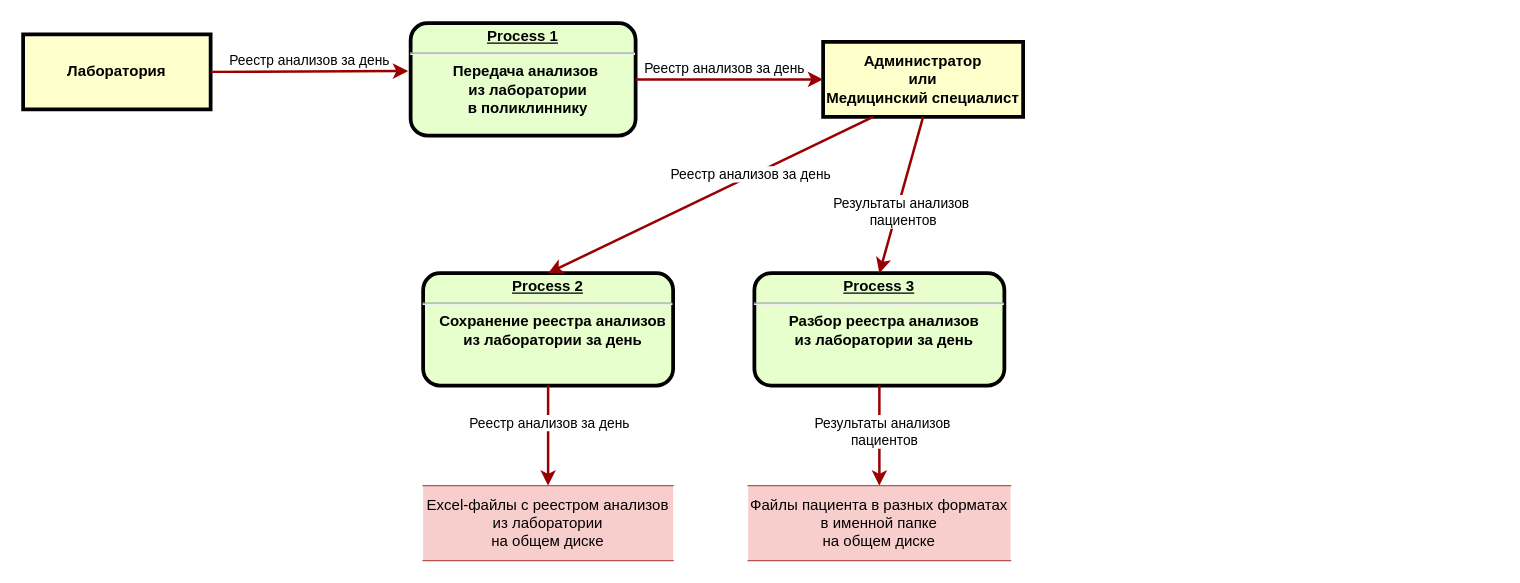
Above: Task1/1.5.Учет-анализов.drawio in maxoness/architecture-medikamente (draw.io), before the change. Source tidied: cells renumbered, new cells numbered last; positions are measured from the earlier drawing's top-left corner, leaving out a move shared by most shapes. Both pictures are drawn from the tidied source at 125%, with x=0, y=0 at pixel (22, 22).
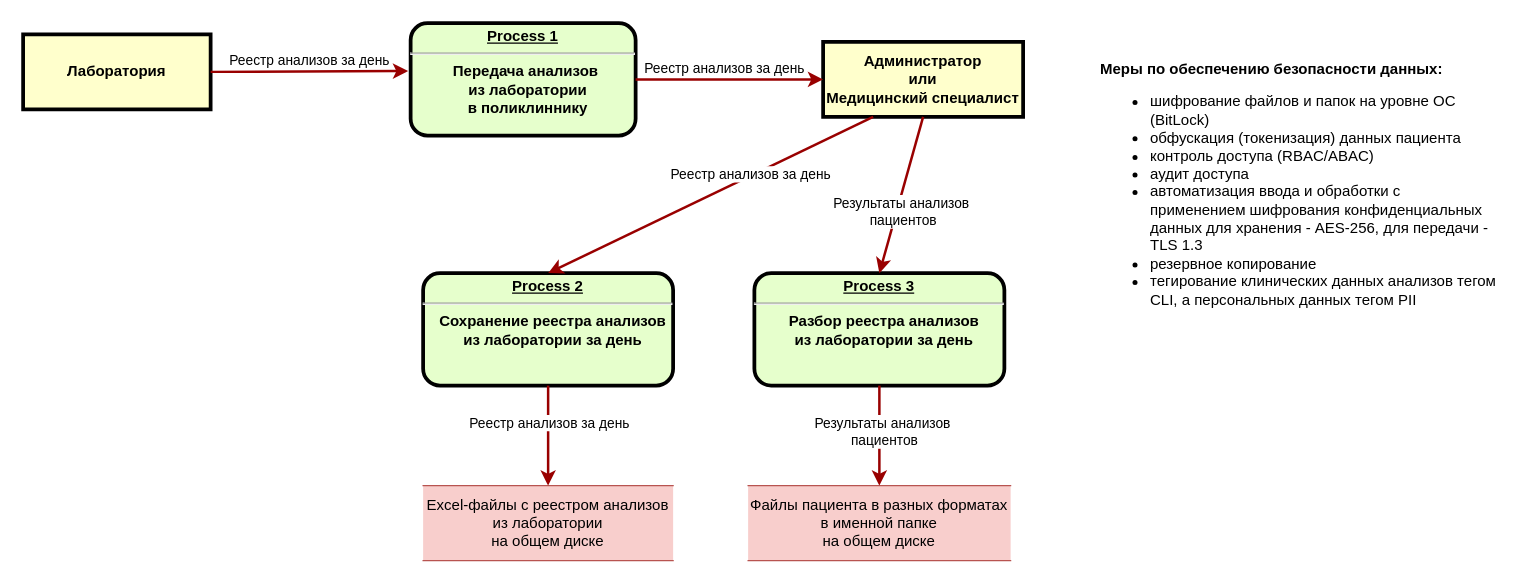
Above is the later version.

Change to the diagram source:
```diff
@@
+    <mxCell id="21" value="&lt;b&gt;Меры по обеспечению безопасности данных:&lt;/b&gt;&lt;div&gt;&lt;ul&gt;&lt;li&gt;шифрование файлов и папок на уровне ОС (BitLock)&lt;/li&gt;&lt;li&gt;обфускация (токенизация) данных пациента&lt;/li&gt;&lt;li&gt;контроль доступа (RBAC/ABAC)&lt;/li&gt;&lt;li&gt;аудит доступа&amp;nbsp;&lt;/li&gt;&lt;li&gt;автоматизация ввода и обработки с применением шифрования конфиденциальных данных для хранения&amp;nbsp;- AES-256, для передачи - TLS 1.3&lt;/li&gt;&lt;li&gt;резервное копирование&lt;/li&gt;&lt;li&gt;тегирование клинических данных анализов тегом CLI, а персональных данных тегом PII&lt;/li&gt;&lt;/ul&gt;&lt;/div&gt;" style="text;html=1;align=left;verticalAlign=middle;whiteSpace=wrap;rounded=0;labelBackgroundColor=default;" parent="1" vertex="1">
+      <mxGeometry x="860" y="15" width="320" height="240" as="geometry" />
+    </mxCell>
```
